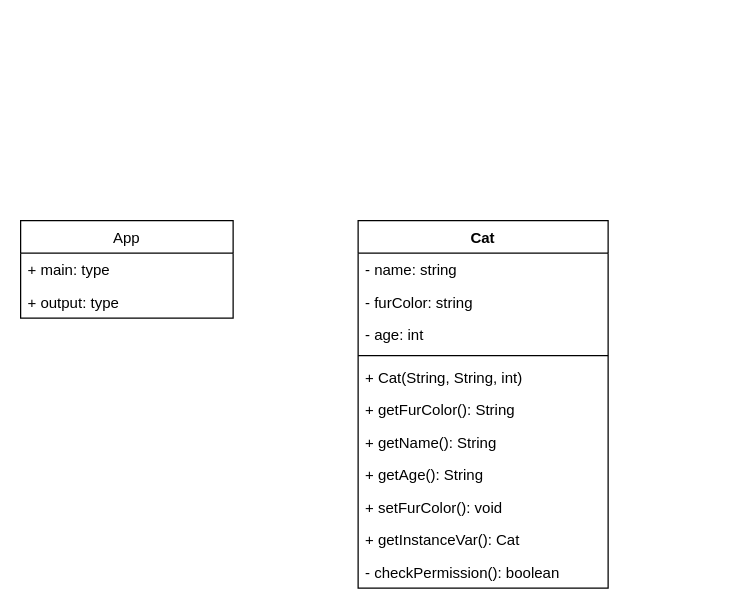
This is page "App-Cat" (2 of 2) of klassendiagram.drawio from 02-OOP-Comcave-DD/02a_Klassen_Objekte_I, a draw.io file, before an edit. Source tidied: cells renumbered, new cells numbered last; positions are measured from the earlier drawing's top-left corner, leaving out a move shared by most shapes. Both pictures are drawn from the tidied source at 125%, with x=0, y=0 at pixel (20, 220).
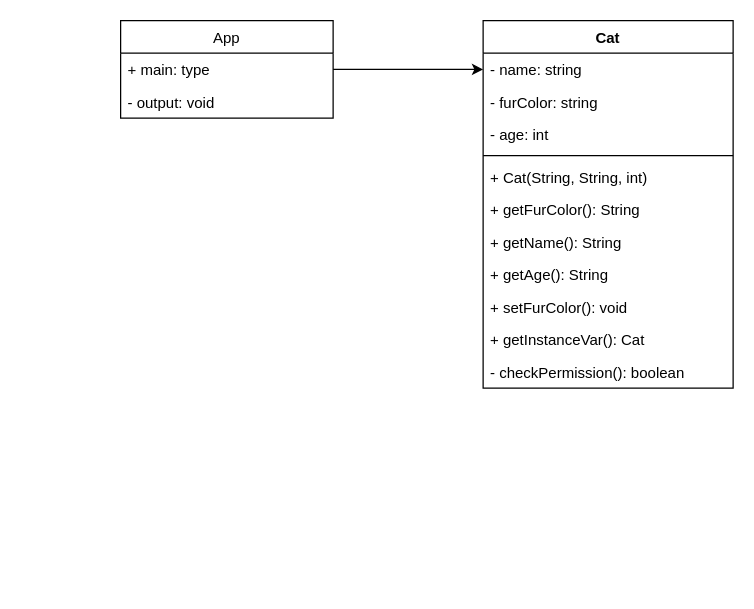
The same page after the edit.

Diff of the diagram source:
```diff
@@
 <mxGraphModel>
   <root>
     <mxCell id="0" />
     <mxCell id="1" parent="0" />
     <mxCell id="2" value="Cat" style="swimlane;fontStyle=1;align=center;verticalAlign=top;horizontal=1;startSize=26;" parent="1" vertex="1">
-      <mxGeometry x="270" width="200" height="294" as="geometry" />
+      <mxGeometry x="370" y="-160" width="200" height="294" as="geometry" />
     </mxCell>
     <mxCell id="3" value="- name: string" style="text;strokeColor=none;fillColor=none;align=left;verticalAlign=top;spacingLeft=4;spacingRight=4;overflow=hidden;points=[[0,0.5],[1,0.5]];portConstraint=eastwest;" parent="2" vertex="1">
       <mxGeometry y="26" width="200" height="26" as="geometry" />
     </mxCell>
     <mxCell id="4" value="- furColor: string" style="text;strokeColor=none;fillColor=none;align=left;verticalAlign=top;spacingLeft=4;spacingRight=4;overflow=hidden;" parent="2" vertex="1">
       <mxGeometry y="52" width="200" height="26" as="geometry" />
     </mxCell>
     <mxCell id="5" value="- age: int" style="text;strokeColor=none;fillColor=none;align=left;verticalAlign=top;spacingLeft=4;spacingRight=4;overflow=hidden;" parent="2" vertex="1">
       <mxGeometry y="78" width="200" height="26" as="geometry" />
     </mxCell>
     <mxCell id="6" style="line;strokeWidth=1;fillColor=none;align=left;verticalAlign=middle;spacingTop=-1;spacingLeft=3;spacingRight=3;labelPosition=right;strokeColor=inherit;" parent="2" vertex="1">
       <mxGeometry y="104" width="200" height="8" as="geometry" />
     </mxCell>
     <mxCell id="7" value="+ Cat(String, String, int)" style="text;strokeColor=none;fillColor=none;align=left;verticalAlign=top;spacingLeft=4;spacingRight=4;overflow=hidden;" parent="2" vertex="1">
       <mxGeometry y="112" width="200" height="26" as="geometry" />
     </mxCell>
     <mxCell id="8" value="+ getFurColor(): String" style="text;strokeColor=none;fillColor=none;align=left;verticalAlign=top;spacingLeft=4;spacingRight=4;overflow=hidden;" parent="2" vertex="1">
       <mxGeometry y="138" width="200" height="26" as="geometry" />
     </mxCell>
     <mxCell id="9" value="+ getName(): String" style="text;strokeColor=none;fillColor=none;align=left;verticalAlign=top;spacingLeft=4;spacingRight=4;overflow=hidden;" parent="2" vertex="1">
       <mxGeometry y="164" width="200" height="26" as="geometry" />
     </mxCell>
     <mxCell id="10" value="+ getAge(): String" style="text;strokeColor=none;fillColor=none;align=left;verticalAlign=top;spacingLeft=4;spacingRight=4;overflow=hidden;" parent="2" vertex="1">
       <mxGeometry y="190" width="200" height="26" as="geometry" />
     </mxCell>
     <mxCell id="11" value="+ setFurColor(): void" style="text;strokeColor=none;fillColor=none;align=left;verticalAlign=top;spacingLeft=4;spacingRight=4;overflow=hidden;" parent="2" vertex="1">
       <mxGeometry y="216" width="200" height="26" as="geometry" />
     </mxCell>
     <mxCell id="12" value="+ getInstanceVar(): Cat" style="text;strokeColor=none;fillColor=none;align=left;verticalAlign=top;spacingLeft=4;spacingRight=4;overflow=hidden;" parent="2" vertex="1">
       <mxGeometry y="242" width="200" height="26" as="geometry" />
     </mxCell>
     <mxCell id="13" value="- checkPermission(): boolean" style="text;strokeColor=none;fillColor=none;align=left;verticalAlign=top;spacingLeft=4;spacingRight=4;overflow=hidden;" parent="2" vertex="1">
       <mxGeometry y="268" width="200" height="26" as="geometry" />
     </mxCell>
     <mxCell id="14" value="App" style="swimlane;fontStyle=0;horizontal=1;startSize=26;fillColor=none;" parent="1" vertex="1">
-      <mxGeometry width="170" height="78" as="geometry" />
+      <mxGeometry x="80" y="-160" width="170" height="78" as="geometry" />
     </mxCell>
     <mxCell id="15" value="+ main: type" style="text;strokeColor=none;fillColor=none;align=left;verticalAlign=top;spacingLeft=4;spacingRight=4;overflow=hidden;points=[[0,0.5],[1,0.5]];portConstraint=eastwest;" parent="14" vertex="1">
       <mxGeometry y="26" width="170" height="26" as="geometry" />
     </mxCell>
-    <mxCell id="16" value="+ output: type" style="text;strokeColor=none;fillColor=none;align=left;verticalAlign=top;spacingLeft=4;spacingRight=4;overflow=hidden;" parent="14" vertex="1">
+    <mxCell id="16" value="- output: void" style="text;strokeColor=none;fillColor=none;align=left;verticalAlign=top;spacingLeft=4;spacingRight=4;overflow=hidden;" parent="14" vertex="1">
       <mxGeometry y="52" width="170" height="26" as="geometry" />
     </mxCell>
+    <mxCell id="17" style="edgeStyle=none;html=1;exitX=1;exitY=0.5;exitDx=0;exitDy=0;entryX=0;entryY=0.5;entryDx=0;entryDy=0;" parent="1" edge="1" source="15" target="3">
+      <mxGeometry relative="1" as="geometry" />
+    </mxCell>
   </root>
 </mxGraphModel>
```
